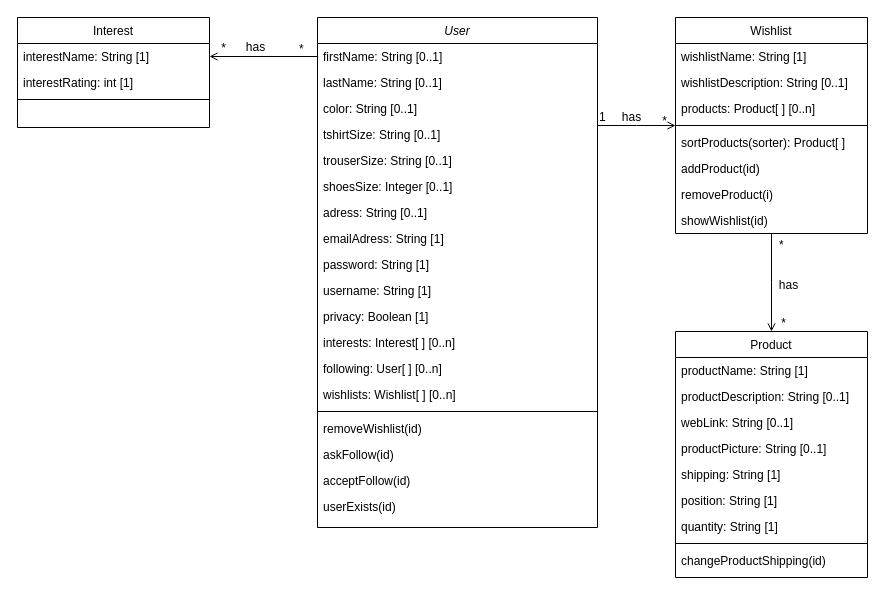
This is Diagrammes/ClassDiagram.drawio from NNepper/LSINF1225-2020-GroupeL1.1-WishList, a draw.io file, before an edit. Source tidied: cells renumbered, new cells numbered last; positions are measured from the earlier drawing's top-left corner, leaving out a move shared by most shapes. Both pictures are drawn from the tidied source at 100%, with x=0, y=0 at pixel (17, 17).
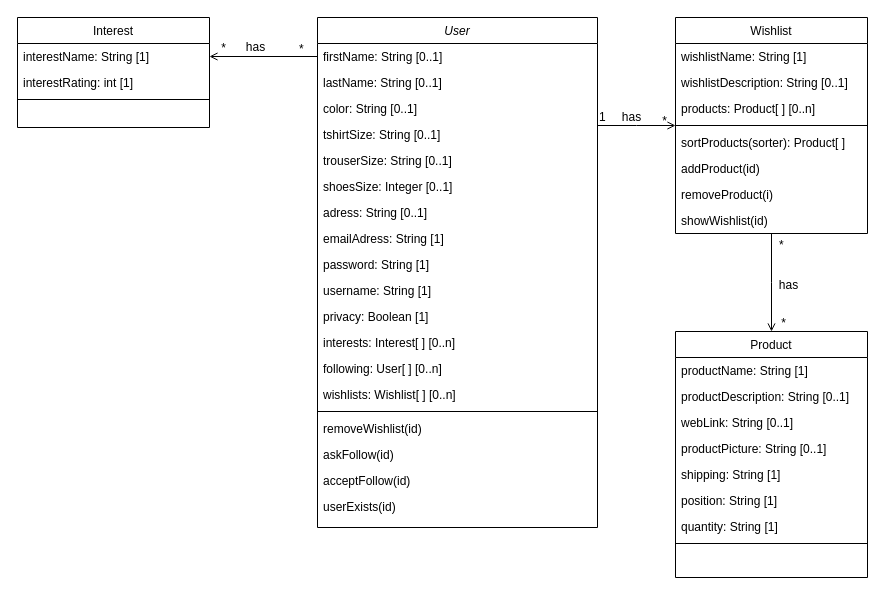
The same diagram, later.

Commit message:
Suppression fonction changePRoductShipping qui est un setter

Unchanged cells that the change refers to:
```xml
<mxCell id="43" value="Product" style="swimlane;fontStyle=0;align=center;verticalAlign=top;horizontal=1;startSize=26;rounded=0;shadow=0;strokeWidth=1;" parent="1" vertex="1">
  <mxGeometry x="658" y="314" width="192" height="246" as="geometry" />
</mxCell>
```

Diff of the diagram source:
```diff
@@
-    <mxCell id="52" value="changeProductShipping(id)" style="text;align=left;verticalAlign=top;spacingLeft=4;spacingRight=4;overflow=hidden;" parent="43" vertex="1">
-      <mxGeometry y="216" width="192" height="26" as="geometry" />
-    </mxCell>
```
